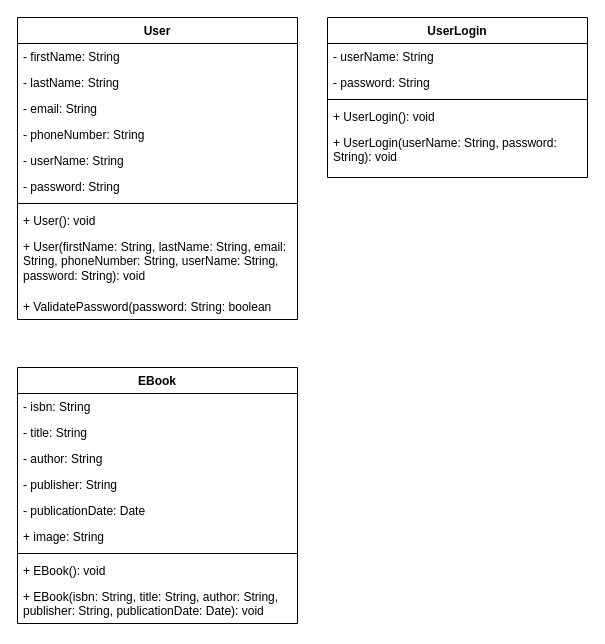
This is Documents/UMLClassDiagrams.drawio from MTeixeiraGCU/CST-341-CLC-Project, a draw.io file, before an edit. Source tidied: cells renumbered, new cells numbered last; positions are measured from the earlier drawing's top-left corner, leaving out a move shared by most shapes. Both pictures are drawn from the tidied source at 100%, with x=0, y=0 at pixel (17, 17).
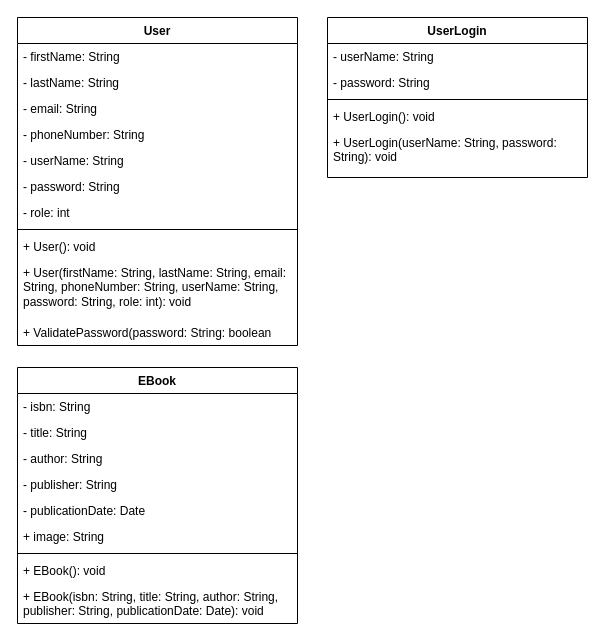
After the change.

Commit message (it also covers changes not shown here):
Added user roles to User class, ER, UML. Also added defualt admin login to DDL Script.

The edit, as a diff of the source:
```diff
@@
     <mxCell id="2" value="User" style="swimlane;fontStyle=1;align=center;verticalAlign=top;horizontal=1;startSize=26;" parent="1" vertex="1">
-      <mxGeometry width="280" height="302" as="geometry" />
+      <mxGeometry width="280" height="328" as="geometry" />
     </mxCell>
@@
+    <mxCell id="29" value="- role: int" style="text;strokeColor=none;fillColor=none;align=left;verticalAlign=top;spacingLeft=4;spacingRight=4;overflow=hidden;" parent="2" vertex="1">
+      <mxGeometry y="182" width="280" height="26" as="geometry" />
+    </mxCell>
     <mxCell id="9" style="line;strokeWidth=1;fillColor=none;align=left;verticalAlign=middle;spacingTop=-1;spacingLeft=3;spacingRight=3;labelPosition=right;" parent="2" vertex="1">
-      <mxGeometry y="182" width="280" height="8" as="geometry" />
+      <mxGeometry y="208" width="280" height="8" as="geometry" />
     </mxCell>
     <mxCell id="10" value="+ User(): void" style="text;strokeColor=none;fillColor=none;align=left;verticalAlign=top;spacingLeft=4;spacingRight=4;overflow=hidden;" parent="2" vertex="1">
-      <mxGeometry y="190" width="280" height="26" as="geometry" />
+      <mxGeometry y="216" width="280" height="26" as="geometry" />
     </mxCell>
-    <mxCell id="11" value="+ User(firstName: String, lastName: String, email: String, phoneNumber: String, userName: String, password: String): void" style="text;strokeColor=none;fillColor=none;align=left;verticalAlign=top;spacingLeft=4;spacingRight=4;overflow=hidden;whiteSpace=wrap;" parent="2" vertex="1">
-      <mxGeometry y="216" width="280" height="60" as="geometry" />
+    <mxCell id="11" value="+ User(firstName: String, lastName: String, email: String, phoneNumber: String, userName: String, password: String, role: int): void" style="text;strokeColor=none;fillColor=none;align=left;verticalAlign=top;spacingLeft=4;spacingRight=4;overflow=hidden;whiteSpace=wrap;" parent="2" vertex="1">
+      <mxGeometry y="242" width="280" height="60" as="geometry" />
     </mxCell>
     <mxCell id="12" value="+ ValidatePassword(password: String: boolean" style="text;strokeColor=none;fillColor=none;align=left;verticalAlign=top;spacingLeft=4;spacingRight=4;overflow=hidden;" parent="2" vertex="1">
-      <mxGeometry y="276" width="280" height="26" as="geometry" />
+      <mxGeometry y="302" width="280" height="26" as="geometry" />
     </mxCell>
```
